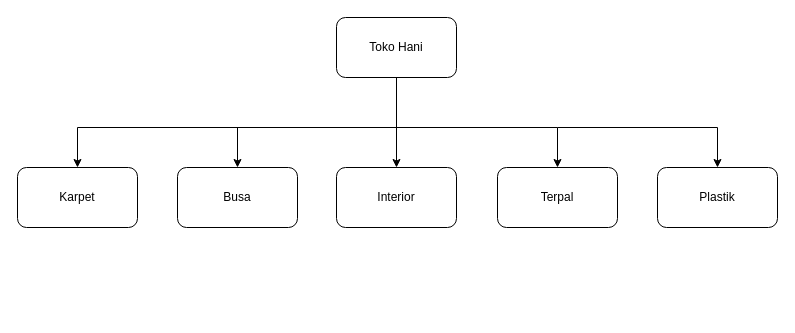
Earlier version of the draw.io diagram page "Toko Hani" (2 of 4) of Toko Hani.drawio (MiftahRizky/miftahr). Source tidied: cells renumbered, new cells numbered last; positions are measured from the earlier drawing's top-left corner, leaving out a move shared by most shapes. Both pictures are drawn from the tidied source at 100%, with x=0, y=0 at pixel (17, 17).
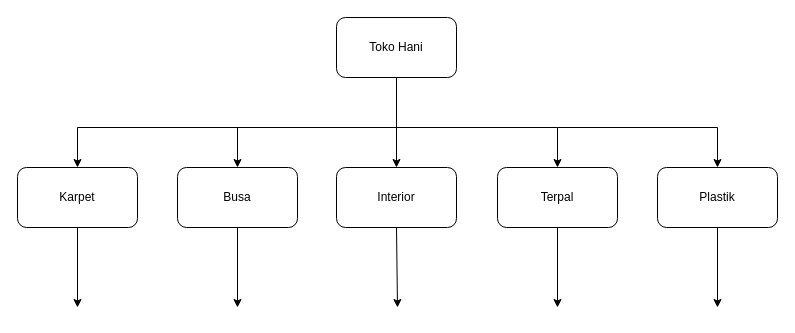
After the change.

Unchanged cells that the change refers to:
```xml
<mxCell id="3" value="Karpet" style="rounded=1;whiteSpace=wrap;html=1;" parent="1" vertex="1">
  <mxGeometry y="150" width="120" height="60" as="geometry" />
</mxCell>
<mxCell id="4" value="Busa" style="rounded=1;whiteSpace=wrap;html=1;" parent="1" vertex="1">
  <mxGeometry x="160" y="150" width="120" height="60" as="geometry" />
</mxCell>
<mxCell id="5" value="Interior" style="rounded=1;whiteSpace=wrap;html=1;" parent="1" vertex="1">
  <mxGeometry x="319" y="150" width="120" height="60" as="geometry" />
</mxCell>
<mxCell id="6" value="Terpal" style="rounded=1;whiteSpace=wrap;html=1;" parent="1" vertex="1">
  <mxGeometry x="480" y="150" width="120" height="60" as="geometry" />
</mxCell>
<mxCell id="7" value="Plastik" style="rounded=1;whiteSpace=wrap;html=1;" parent="1" vertex="1">
  <mxGeometry x="640" y="150" width="120" height="60" as="geometry" />
</mxCell>
```

Change to the diagram source:
```diff
@@
+    <mxCell id="13" style="endArrow=classic;html=1;rounded=0;exitX=0.5;exitY=1;exitDx=0;exitDy=0;" parent="1" edge="1" source="3">
+      <mxGeometry relative="1" as="geometry">
+        <mxPoint x="60" y="290" as="targetPoint" />
+      </mxGeometry>
+    </mxCell>
+    <mxCell id="14" style="endArrow=classic;html=1;rounded=0;exitX=0.5;exitY=1;exitDx=0;exitDy=0;" parent="1" edge="1" source="5">
+      <mxGeometry relative="1" as="geometry">
+        <mxPoint x="380" y="290" as="targetPoint" />
+      </mxGeometry>
+    </mxCell>
+    <mxCell id="15" style="endArrow=classic;html=1;rounded=0;exitX=0.5;exitY=1;exitDx=0;exitDy=0;" parent="1" edge="1" source="6">
+      <mxGeometry relative="1" as="geometry">
+        <mxPoint x="540" y="290" as="targetPoint" />
+      </mxGeometry>
+    </mxCell>
+    <mxCell id="16" style="endArrow=classic;html=1;rounded=0;exitX=0.5;exitY=1;exitDx=0;exitDy=0;" parent="1" edge="1" source="7">
+      <mxGeometry relative="1" as="geometry">
+        <mxPoint x="700" y="290" as="targetPoint" />
+      </mxGeometry>
+    </mxCell>
+    <mxCell id="17" style="endArrow=classic;html=1;rounded=0;exitX=0.5;exitY=1;exitDx=0;exitDy=0;" parent="1" edge="1" source="4">
+      <mxGeometry relative="1" as="geometry">
+        <mxPoint x="220" y="290" as="targetPoint" />
+      </mxGeometry>
+    </mxCell>
```
